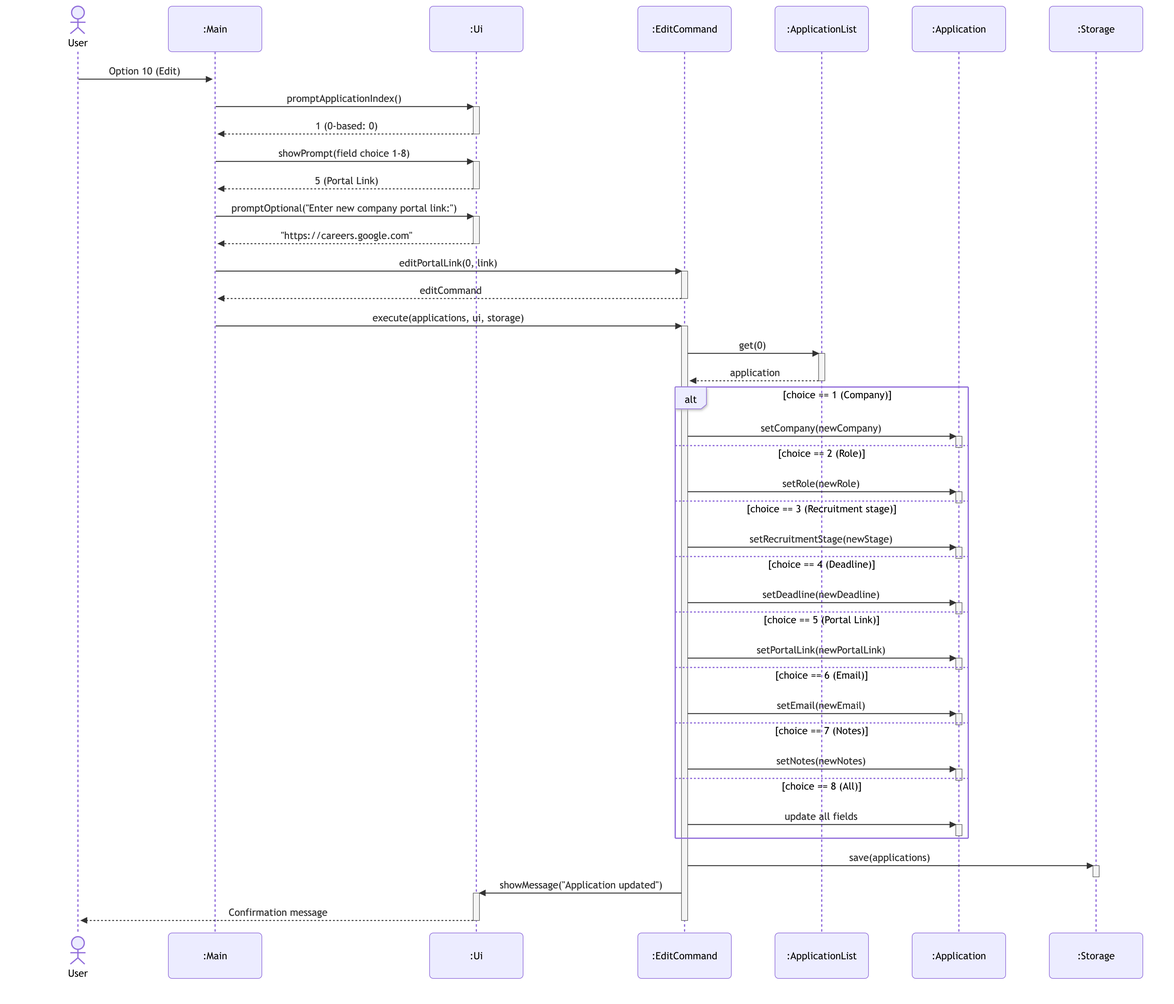
AY2627S1-CS2113-T10-2/tp keeps this Mermaid diagram as docs/diagrams/edit-application-sequence.png. Above is the earlier version. Its source is kept beside it as docs/diagrams/sources/edit-application-sequence.mmd.
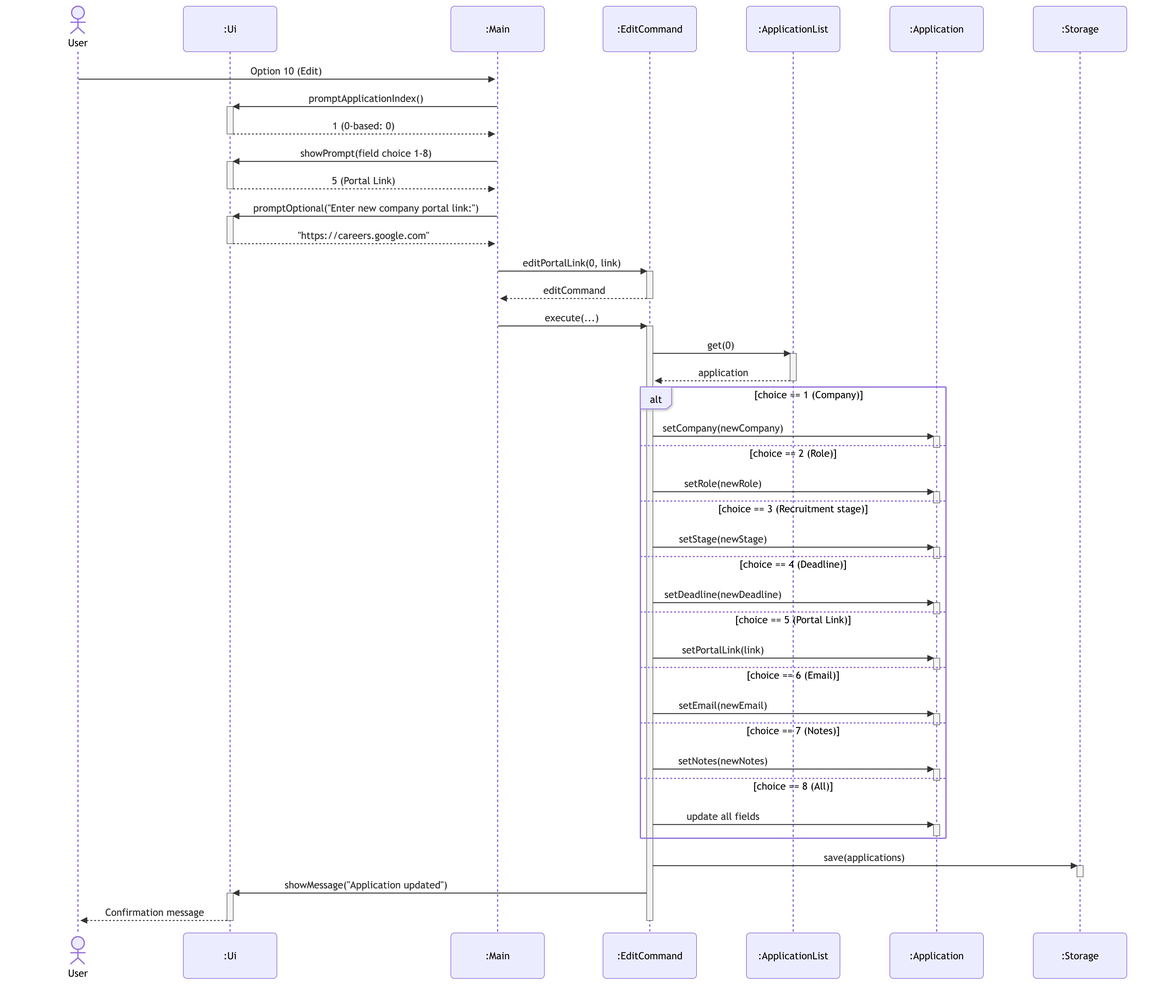
Later version of the same file.

Diff of the diagram source:
```diff
@@ -1,8 +1,9 @@
-%%{init: {'theme': 'default', 'sequence': {'actorMargin': 70, 'messageMargin': 45}}}%%
+%%{init: {'theme': 'default', 'sequence': {'actorMargin': 85, 'messageMargin': 45}}}%%
+%%{init: {'theme': 'default', 'sequence': {'actorMargin': 80, 'messageMargin': 45}}}%%
 sequenceDiagram
     actor user as User
+    participant ui as :Ui
     participant main as :Main
-    participant ui as :Ui
     participant cmd as :EditCommand
     participant list as :ApplicationList
     participant app as :Application
@@ -25,7 +26,7 @@
     activate cmd
     cmd-->>main: editCommand
     deactivate cmd
-    main->>cmd: execute(applications, ui, storage)
+    main->>cmd: execute(...)
     activate cmd
     cmd->>list: get(0)
     activate list
@@ -41,7 +42,7 @@
         activate app
         deactivate app
     else choice == 3 (Recruitment stage)
-        cmd->>app: setRecruitmentStage(newStage)
+        cmd->>app: setStage(newStage)
         activate app
         deactivate app
     else choice == 4 (Deadline)
@@ -49,7 +50,7 @@
         activate app
         deactivate app
     else choice == 5 (Portal Link)
-        cmd->>app: setPortalLink(newPortalLink)
+        cmd->>app: setPortalLink(link)
         activate app
         deactivate app
     else choice == 6 (Email)
```
